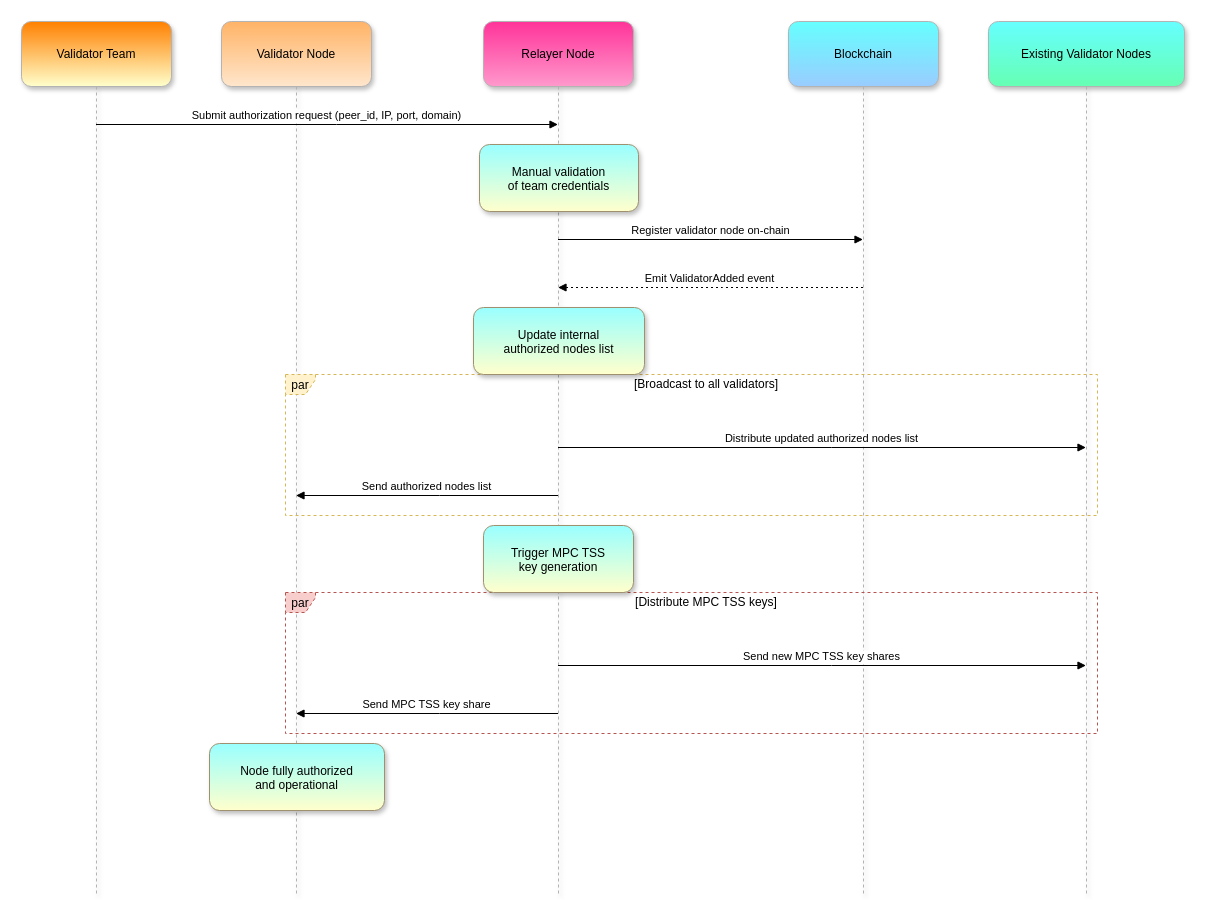
The draw.io diagram page "Authorize node" (6 of 7) of drawio/bridge-v2.drawio in chaincraft-labs/bridge-doc, before the edit. Source tidied: cells renumbered, new cells numbered last; positions are measured from the earlier drawing's top-left corner, leaving out a move shared by most shapes. Both pictures are drawn from the tidied source at 100%, with x=0, y=0 at pixel (21, 21).
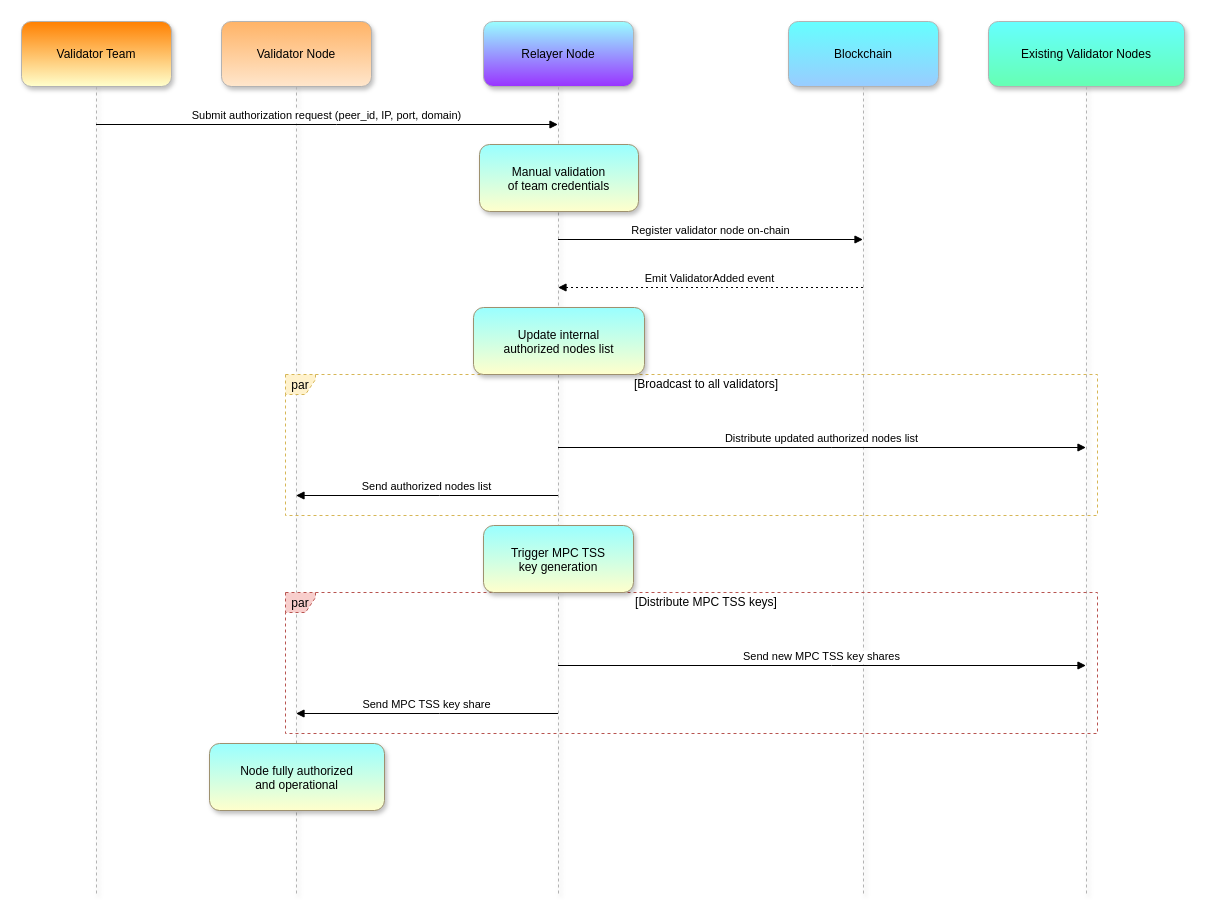
Above is the later version.

Commit message:
Restrict node

Change to the diagram source:
```diff
@@
-    <mxCell id="4" value="Relayer Node" style="shape=umlLifeline;perimeter=lifelinePerimeter;whiteSpace=wrap;outlineConnect=0;portConstraint=eastwest;newEdgeStyle={&quot;edgeStyle&quot;:&quot;elbowEdgeStyle&quot;,&quot;elbow&quot;:&quot;vertical&quot;,&quot;curved&quot;:0,&quot;rounded&quot;:0};size=65;rounded=1;shadow=1;strokeColor=#B3B3B3;align=center;verticalAlign=middle;fontFamily=Helvetica;fontSize=12;fontColor=default;fillColor=#FF3399;gradientColor=#FF99CC;" parent="1" vertex="1">
+    <mxCell id="4" value="Relayer Node" style="shape=umlLifeline;perimeter=lifelinePerimeter;whiteSpace=wrap;outlineConnect=0;portConstraint=eastwest;newEdgeStyle={&quot;edgeStyle&quot;:&quot;elbowEdgeStyle&quot;,&quot;elbow&quot;:&quot;vertical&quot;,&quot;curved&quot;:0,&quot;rounded&quot;:0};size=65;rounded=1;shadow=1;strokeColor=#B3B3B3;align=center;verticalAlign=middle;fontFamily=Helvetica;fontSize=12;fontColor=default;fillColor=#99FFFF;gradientColor=#9933FF;" parent="1" vertex="1">
       <mxGeometry x="462" width="150" height="874" as="geometry" />
     </mxCell>
```
